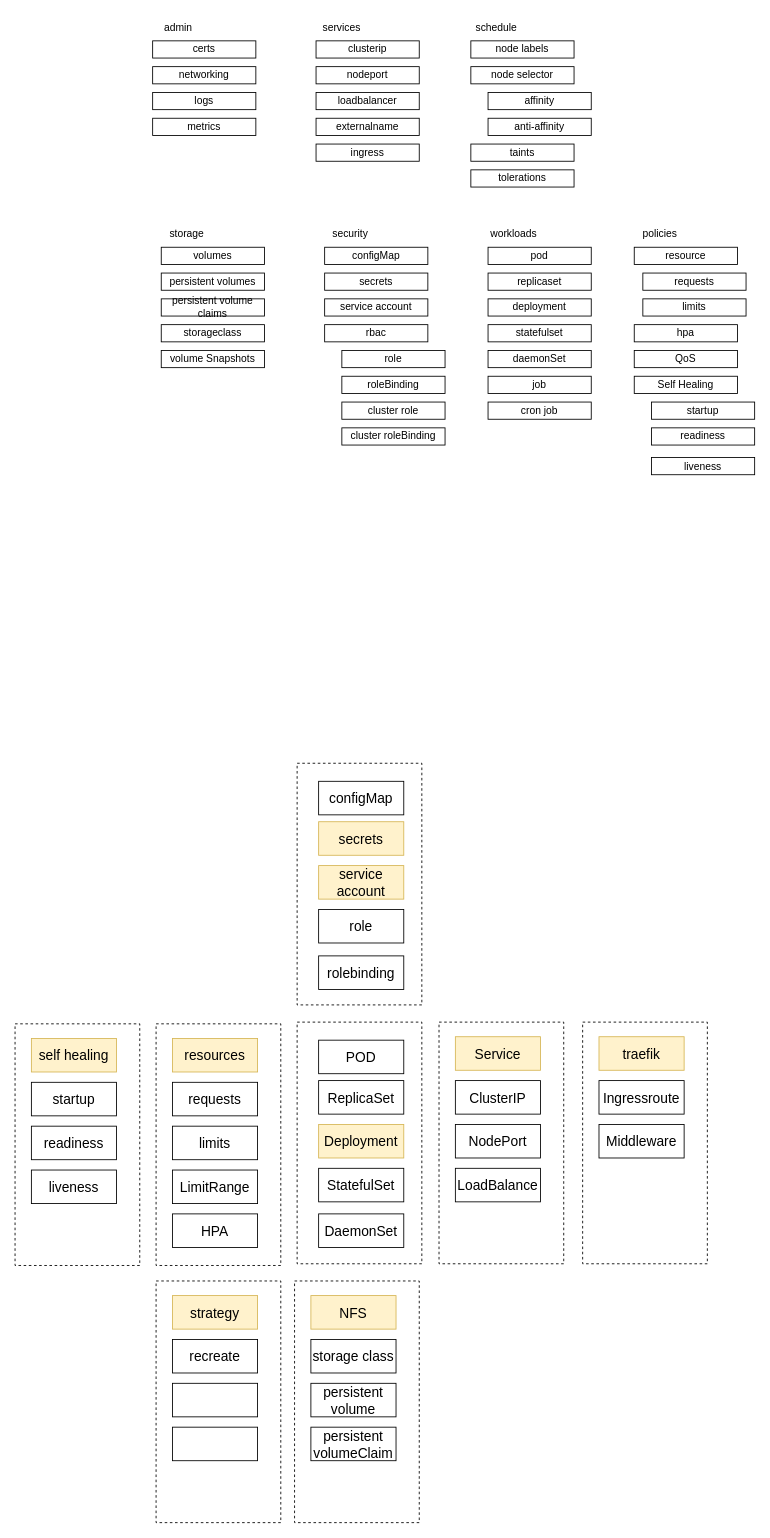
Above: kubernetes/k8s.drawio in julianorib/devops (draw.io), before the change. Source tidied: cells renumbered, new cells numbered last; positions are measured from the earlier drawing's top-left corner, leaving out a move shared by most shapes. Both pictures are drawn from the tidied source at 86%, with x=0, y=0 at pixel (15, 15).
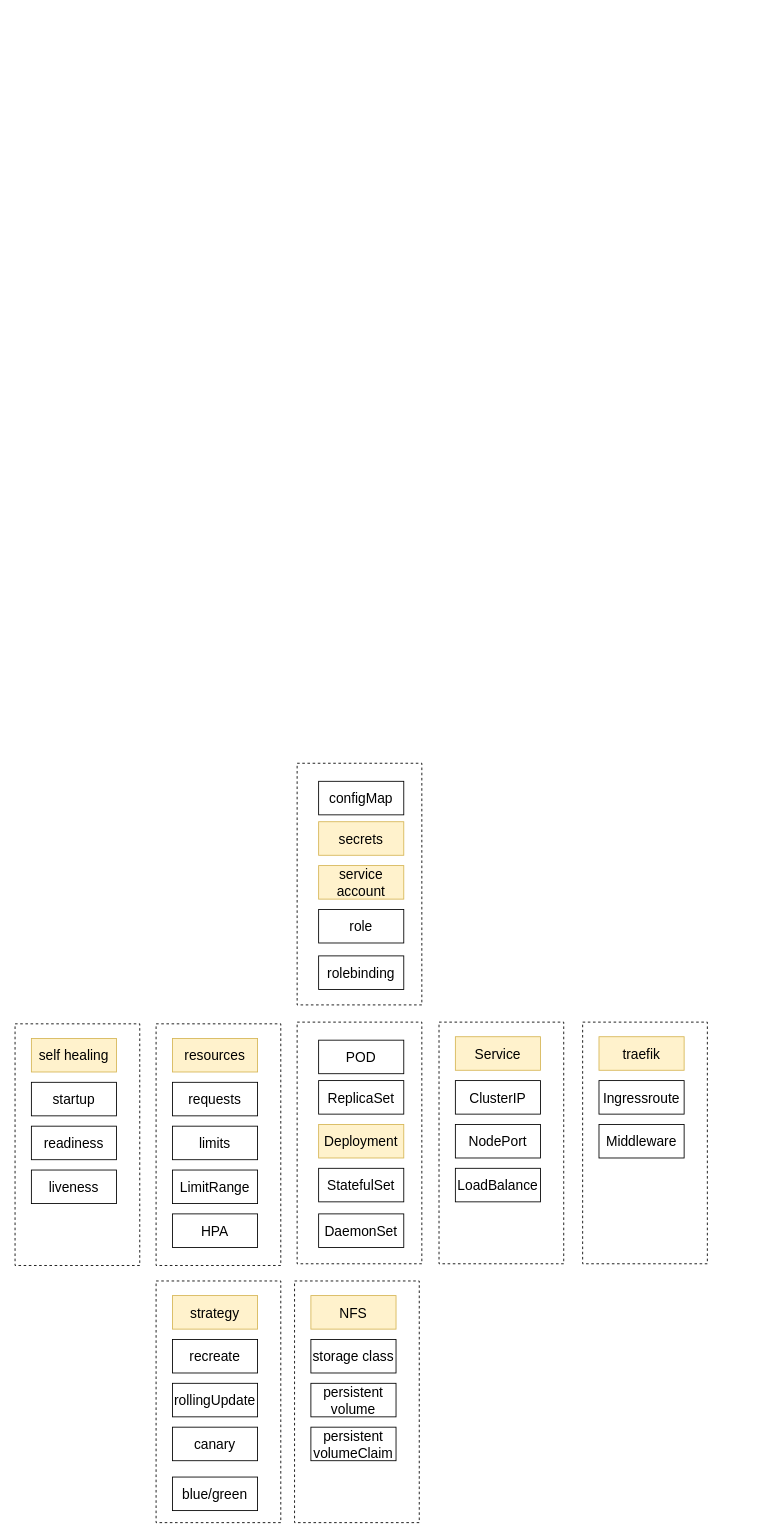
After the change.

The edit, as a diff of the source:
```diff
@@
-    <mxCell id="2" value="certs" style="rounded=0;whiteSpace=wrap;html=1;" parent="1" vertex="1">
-      <mxGeometry x="160" y="30" width="120" height="20" as="geometry" />
-    </mxCell>
-    <mxCell id="3" value="networking" style="rounded=0;whiteSpace=wrap;html=1;" parent="1" vertex="1">
-      <mxGeometry x="160" y="60" width="120" height="20" as="geometry" />
-    </mxCell>
-    <mxCell id="4" value="logs" style="rounded=0;whiteSpace=wrap;html=1;" parent="1" vertex="1">
-      <mxGeometry x="160" y="90" width="120" height="20" as="geometry" />
-    </mxCell>
-    <mxCell id="5" value="metrics" style="rounded=0;whiteSpace=wrap;html=1;" parent="1" vertex="1">
-      <mxGeometry x="160" y="120" width="120" height="20" as="geometry" />
-    </mxCell>
-    <mxCell id="6" value="clusterip" style="rounded=0;whiteSpace=wrap;html=1;" parent="1" vertex="1">
-      <mxGeometry x="350" y="30" width="120" height="20" as="geometry" />
-    </mxCell>
-    <mxCell id="7" value="nodeport" style="rounded=0;whiteSpace=wrap;html=1;" parent="1" vertex="1">
-      <mxGeometry x="350" y="60" width="120" height="20" as="geometry" />
-    </mxCell>
-    <mxCell id="8" value="loadbalancer" style="rounded=0;whiteSpace=wrap;html=1;" parent="1" vertex="1">
-      <mxGeometry x="350" y="90" width="120" height="20" as="geometry" />
-    </mxCell>
-    <mxCell id="9" value="externalname" style="rounded=0;whiteSpace=wrap;html=1;" parent="1" vertex="1">
-      <mxGeometry x="350" y="120" width="120" height="20" as="geometry" />
-    </mxCell>
-    <mxCell id="10" value="ingress" style="rounded=0;whiteSpace=wrap;html=1;" parent="1" vertex="1">
-      <mxGeometry x="350" y="150" width="120" height="20" as="geometry" />
-    </mxCell>
-    <mxCell id="11" value="node labels" style="rounded=0;whiteSpace=wrap;html=1;" parent="1" vertex="1">
-      <mxGeometry x="530" y="30" width="120" height="20" as="geometry" />
-    </mxCell>
-    <mxCell id="12" value="node selector" style="rounded=0;whiteSpace=wrap;html=1;" parent="1" vertex="1">
-      <mxGeometry x="530" y="60" width="120" height="20" as="geometry" />
-    </mxCell>
-    <mxCell id="13" value="affinity" style="rounded=0;whiteSpace=wrap;html=1;" parent="1" vertex="1">
-      <mxGeometry x="550" y="90" width="120" height="20" as="geometry" />
-    </mxCell>
-    <mxCell id="14" value="anti-affinity" style="rounded=0;whiteSpace=wrap;html=1;" parent="1" vertex="1">
-      <mxGeometry x="550" y="120" width="120" height="20" as="geometry" />
-    </mxCell>
-    <mxCell id="15" value="admin" style="text;html=1;strokeColor=none;fillColor=none;align=center;verticalAlign=middle;whiteSpace=wrap;rounded=0;" parent="1" vertex="1">
-      <mxGeometry x="160" width="60" height="30" as="geometry" />
-    </mxCell>
-    <mxCell id="16" value="services" style="text;html=1;strokeColor=none;fillColor=none;align=center;verticalAlign=middle;whiteSpace=wrap;rounded=0;" parent="1" vertex="1">
-      <mxGeometry x="350" width="60" height="30" as="geometry" />
-    </mxCell>
-    <mxCell id="17" value="schedule" style="text;html=1;strokeColor=none;fillColor=none;align=center;verticalAlign=middle;whiteSpace=wrap;rounded=0;" parent="1" vertex="1">
-      <mxGeometry x="530" width="60" height="30" as="geometry" />
-    </mxCell>
-    <mxCell id="18" value="taints" style="rounded=0;whiteSpace=wrap;html=1;" parent="1" vertex="1">
-      <mxGeometry x="530" y="150" width="120" height="20" as="geometry" />
-    </mxCell>
-    <mxCell id="19" value="tolerations" style="rounded=0;whiteSpace=wrap;html=1;" parent="1" vertex="1">
-      <mxGeometry x="530" y="180" width="120" height="20" as="geometry" />
-    </mxCell>
-    <mxCell id="20" value="storage" style="text;html=1;strokeColor=none;fillColor=none;align=center;verticalAlign=middle;whiteSpace=wrap;rounded=0;" parent="1" vertex="1">
-      <mxGeometry x="170" y="240" width="60" height="30" as="geometry" />
-    </mxCell>
-    <mxCell id="21" value="volumes" style="rounded=0;whiteSpace=wrap;html=1;" parent="1" vertex="1">
-      <mxGeometry x="170" y="270" width="120" height="20" as="geometry" />
-    </mxCell>
-    <mxCell id="22" value="persistent volumes" style="rounded=0;whiteSpace=wrap;html=1;" parent="1" vertex="1">
-      <mxGeometry x="170" y="300" width="120" height="20" as="geometry" />
-    </mxCell>
-    <mxCell id="23" value="persistent volume claims" style="rounded=0;whiteSpace=wrap;html=1;" parent="1" vertex="1">
-      <mxGeometry x="170" y="330" width="120" height="20" as="geometry" />
-    </mxCell>
-    <mxCell id="24" value="storageclass" style="rounded=0;whiteSpace=wrap;html=1;" parent="1" vertex="1">
-      <mxGeometry x="170" y="360" width="120" height="20" as="geometry" />
-    </mxCell>
-    <mxCell id="25" value="security" style="text;html=1;strokeColor=none;fillColor=none;align=center;verticalAlign=middle;whiteSpace=wrap;rounded=0;" parent="1" vertex="1">
-      <mxGeometry x="360" y="240" width="60" height="30" as="geometry" />
-    </mxCell>
-    <mxCell id="26" value="configMap" style="rounded=0;whiteSpace=wrap;html=1;" parent="1" vertex="1">
-      <mxGeometry x="360" y="270" width="120" height="20" as="geometry" />
-    </mxCell>
-    <mxCell id="27" value="secrets" style="rounded=0;whiteSpace=wrap;html=1;" parent="1" vertex="1">
-      <mxGeometry x="360" y="300" width="120" height="20" as="geometry" />
-    </mxCell>
-    <mxCell id="28" value="service account" style="rounded=0;whiteSpace=wrap;html=1;" parent="1" vertex="1">
-      <mxGeometry x="360" y="330" width="120" height="20" as="geometry" />
-    </mxCell>
-    <mxCell id="29" value="rbac" style="rounded=0;whiteSpace=wrap;html=1;" parent="1" vertex="1">
-      <mxGeometry x="360" y="360" width="120" height="20" as="geometry" />
-    </mxCell>
-    <mxCell id="30" value="role" style="rounded=0;whiteSpace=wrap;html=1;" parent="1" vertex="1">
-      <mxGeometry x="380" y="390" width="120" height="20" as="geometry" />
-    </mxCell>
-    <mxCell id="31" value="roleBinding" style="rounded=0;whiteSpace=wrap;html=1;" parent="1" vertex="1">
-      <mxGeometry x="380" y="420" width="120" height="20" as="geometry" />
-    </mxCell>
-    <mxCell id="32" value="cluster role" style="rounded=0;whiteSpace=wrap;html=1;" parent="1" vertex="1">
-      <mxGeometry x="380" y="450" width="120" height="20" as="geometry" />
-    </mxCell>
-    <mxCell id="33" value="cluster roleBinding" style="rounded=0;whiteSpace=wrap;html=1;" parent="1" vertex="1">
-      <mxGeometry x="380" y="480" width="120" height="20" as="geometry" />
-    </mxCell>
-    <mxCell id="34" value="workloads" style="text;html=1;strokeColor=none;fillColor=none;align=center;verticalAlign=middle;whiteSpace=wrap;rounded=0;" parent="1" vertex="1">
-      <mxGeometry x="550" y="240" width="60" height="30" as="geometry" />
-    </mxCell>
-    <mxCell id="35" value="pod" style="rounded=0;whiteSpace=wrap;html=1;" parent="1" vertex="1">
-      <mxGeometry x="550" y="270" width="120" height="20" as="geometry" />
-    </mxCell>
-    <mxCell id="36" value="replicaset" style="rounded=0;whiteSpace=wrap;html=1;" parent="1" vertex="1">
-      <mxGeometry x="550" y="300" width="120" height="20" as="geometry" />
-    </mxCell>
-    <mxCell id="37" value="deployment" style="rounded=0;whiteSpace=wrap;html=1;" parent="1" vertex="1">
-      <mxGeometry x="550" y="330" width="120" height="20" as="geometry" />
-    </mxCell>
-    <mxCell id="38" value="statefulset" style="rounded=0;whiteSpace=wrap;html=1;" parent="1" vertex="1">
-      <mxGeometry x="550" y="360" width="120" height="20" as="geometry" />
-    </mxCell>
-    <mxCell id="39" value="daemonSet" style="rounded=0;whiteSpace=wrap;html=1;" parent="1" vertex="1">
-      <mxGeometry x="550" y="390" width="120" height="20" as="geometry" />
-    </mxCell>
-    <mxCell id="40" value="job" style="rounded=0;whiteSpace=wrap;html=1;" parent="1" vertex="1">
-      <mxGeometry x="550" y="420" width="120" height="20" as="geometry" />
-    </mxCell>
-    <mxCell id="41" value="cron job" style="rounded=0;whiteSpace=wrap;html=1;" parent="1" vertex="1">
-      <mxGeometry x="550" y="450" width="120" height="20" as="geometry" />
-    </mxCell>
-    <mxCell id="42" value="policies" style="text;html=1;strokeColor=none;fillColor=none;align=center;verticalAlign=middle;whiteSpace=wrap;rounded=0;" parent="1" vertex="1">
-      <mxGeometry x="720" y="240" width="60" height="30" as="geometry" />
-    </mxCell>
-    <mxCell id="43" value="resource" style="rounded=0;whiteSpace=wrap;html=1;" parent="1" vertex="1">
-      <mxGeometry x="720" y="270" width="120" height="20" as="geometry" />
-    </mxCell>
-    <mxCell id="44" value="requests" style="rounded=0;whiteSpace=wrap;html=1;" parent="1" vertex="1">
-      <mxGeometry x="730" y="300" width="120" height="20" as="geometry" />
-    </mxCell>
-    <mxCell id="45" value="limits" style="rounded=0;whiteSpace=wrap;html=1;" parent="1" vertex="1">
-      <mxGeometry x="730" y="330" width="120" height="20" as="geometry" />
-    </mxCell>
-    <mxCell id="46" value="hpa" style="rounded=0;whiteSpace=wrap;html=1;" parent="1" vertex="1">
-      <mxGeometry x="720" y="360" width="120" height="20" as="geometry" />
-    </mxCell>
-    <mxCell id="47" value="QoS" style="rounded=0;whiteSpace=wrap;html=1;" parent="1" vertex="1">
-      <mxGeometry x="720" y="390" width="120" height="20" as="geometry" />
-    </mxCell>
-    <mxCell id="48" value="Self Healing" style="rounded=0;whiteSpace=wrap;html=1;" parent="1" vertex="1">
-      <mxGeometry x="720" y="420" width="120" height="20" as="geometry" />
-    </mxCell>
-    <mxCell id="49" value="startup" style="rounded=0;whiteSpace=wrap;html=1;" parent="1" vertex="1">
-      <mxGeometry x="740" y="450" width="120" height="20" as="geometry" />
-    </mxCell>
-    <mxCell id="50" value="readiness" style="rounded=0;whiteSpace=wrap;html=1;" parent="1" vertex="1">
-      <mxGeometry x="740" y="480" width="120" height="20" as="geometry" />
-    </mxCell>
-    <mxCell id="51" value="liveness" style="rounded=0;whiteSpace=wrap;html=1;" parent="1" vertex="1">
-      <mxGeometry x="740" y="514.5" width="120" height="20" as="geometry" />
-    </mxCell>
-    <mxCell id="52" value="volume Snapshots" style="rounded=0;whiteSpace=wrap;html=1;" parent="1" vertex="1">
-      <mxGeometry x="170" y="390" width="120" height="20" as="geometry" />
-    </mxCell>
@@
-    <mxCell id="91" style="rounded=0;whiteSpace=wrap;html=1;fontSize=16;" parent="1" vertex="1">
+    <mxCell id="91" value="rollingUpdate" style="rounded=0;whiteSpace=wrap;html=1;fontSize=16;" parent="1" vertex="1">
       <mxGeometry x="183" y="1591" width="99" height="39" as="geometry" />
     </mxCell>
@@
-    <mxCell id="94" style="rounded=0;whiteSpace=wrap;html=1;fontSize=16;" parent="1" vertex="1">
+    <mxCell id="94" value="canary" style="rounded=0;whiteSpace=wrap;html=1;fontSize=16;" parent="1" vertex="1">
       <mxGeometry x="183" y="1642" width="99" height="39" as="geometry" />
     </mxCell>
+    <mxCell id="95" value="blue/green" style="rounded=0;whiteSpace=wrap;html=1;fontSize=16;" parent="1" vertex="1">
+      <mxGeometry x="183" y="1700" width="99" height="39" as="geometry" />
+    </mxCell>
```
